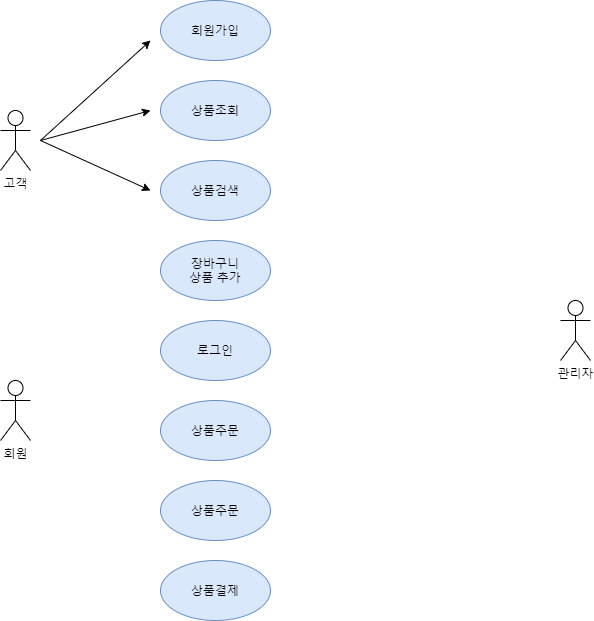
Earlier version of the draw.io export Actor Diagram.png (osiris0607/Project). Source tidied: cells renumbered, new cells last; positions are measured from the earlier drawing's top-left corner, leaving out a move shared by most shapes.
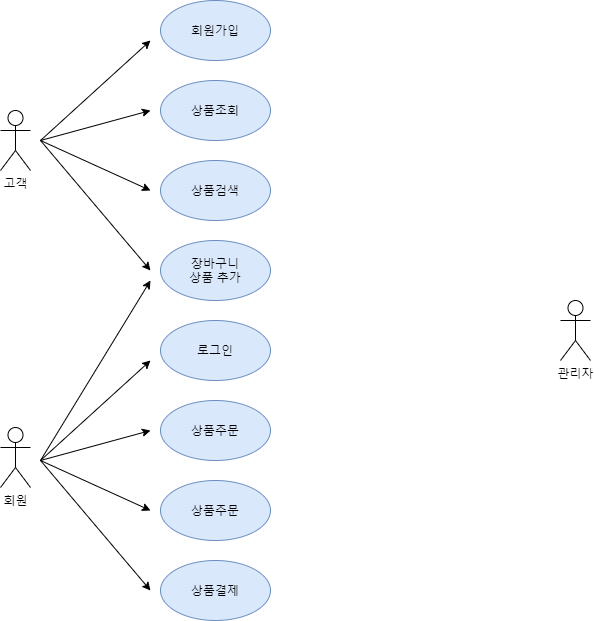
The same file after the commit.

The edit, as a diff of the source:
```diff
@@ -6,7 +6,7 @@
       <mxGeometry y="110" width="30" height="60" as="geometry" />
     </mxCell>
     <mxCell id="3" value="회원" style="shape=umlActor;verticalLabelPosition=bottom;verticalAlign=top;html=1;" parent="1" vertex="1">
-      <mxGeometry y="380" width="30" height="60" as="geometry" />
+      <mxGeometry y="427" width="30" height="60" as="geometry" />
     </mxCell>
     <mxCell id="4" value="관리자" style="shape=umlActor;verticalLabelPosition=bottom;verticalAlign=top;html=1;" parent="1" vertex="1">
       <mxGeometry x="560" y="300" width="30" height="60" as="geometry" />
@@ -53,5 +53,41 @@
         <mxPoint x="150" y="190" as="targetPoint" />
       </mxGeometry>
     </mxCell>
+    <mxCell id="16" style="endArrow=classic;html=1;" parent="1" edge="1">
+      <mxGeometry relative="1" as="geometry">
+        <mxPoint x="40" y="140" as="sourcePoint" />
+        <mxPoint x="150" y="270" as="targetPoint" />
+      </mxGeometry>
+    </mxCell>
+    <mxCell id="17" style="endArrow=classic;html=1;" parent="1" edge="1">
+      <mxGeometry relative="1" as="geometry">
+        <mxPoint x="40" y="460" as="sourcePoint" />
+        <mxPoint x="150" y="360" as="targetPoint" />
+      </mxGeometry>
+    </mxCell>
+    <mxCell id="18" style="endArrow=classic;html=1;" parent="1" edge="1">
+      <mxGeometry relative="1" as="geometry">
+        <mxPoint x="40" y="460" as="sourcePoint" />
+        <mxPoint x="150" y="430" as="targetPoint" />
+      </mxGeometry>
+    </mxCell>
+    <mxCell id="19" style="endArrow=classic;html=1;" parent="1" edge="1">
+      <mxGeometry relative="1" as="geometry">
+        <mxPoint x="40" y="460" as="sourcePoint" />
+        <mxPoint x="150" y="510" as="targetPoint" />
+      </mxGeometry>
+    </mxCell>
+    <mxCell id="20" style="endArrow=classic;html=1;" parent="1" edge="1">
+      <mxGeometry relative="1" as="geometry">
+        <mxPoint x="40" y="460" as="sourcePoint" />
+        <mxPoint x="150" y="590" as="targetPoint" />
+      </mxGeometry>
+    </mxCell>
+    <mxCell id="21" style="endArrow=classic;html=1;" parent="1" edge="1">
+      <mxGeometry relative="1" as="geometry">
+        <mxPoint x="40" y="460" as="sourcePoint" />
+        <mxPoint x="150" y="280" as="targetPoint" />
+      </mxGeometry>
+    </mxCell>
   </root>
 </mxGraphModel>
```
